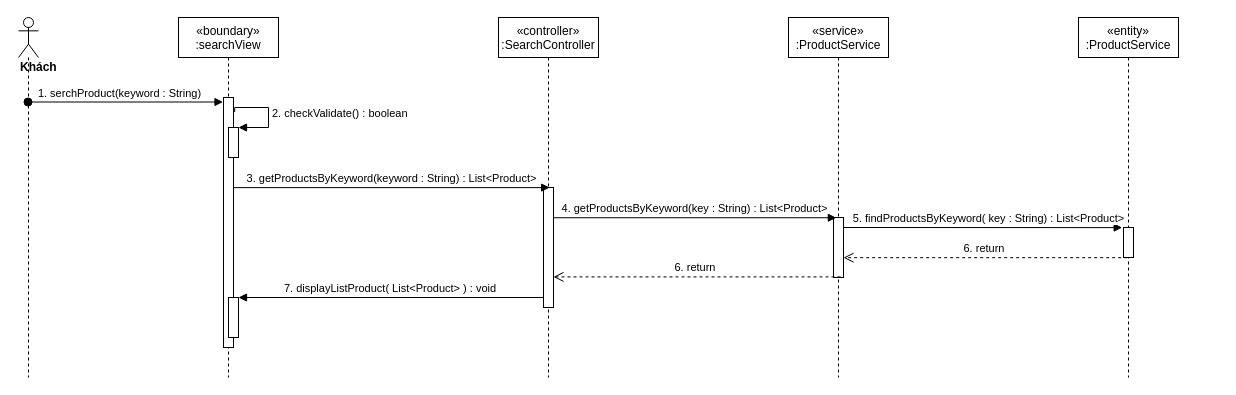
Above: sequence diagram/search-product-sequence.drawio in nguyenphamvan/datn_20202 (draw.io), before the change. Source tidied: cells renumbered, new cells numbered last; positions are measured from the earlier drawing's top-left corner, leaving out a move shared by most shapes. Both pictures are drawn from the tidied source at 100%, with x=0, y=0 at pixel (18, 17).
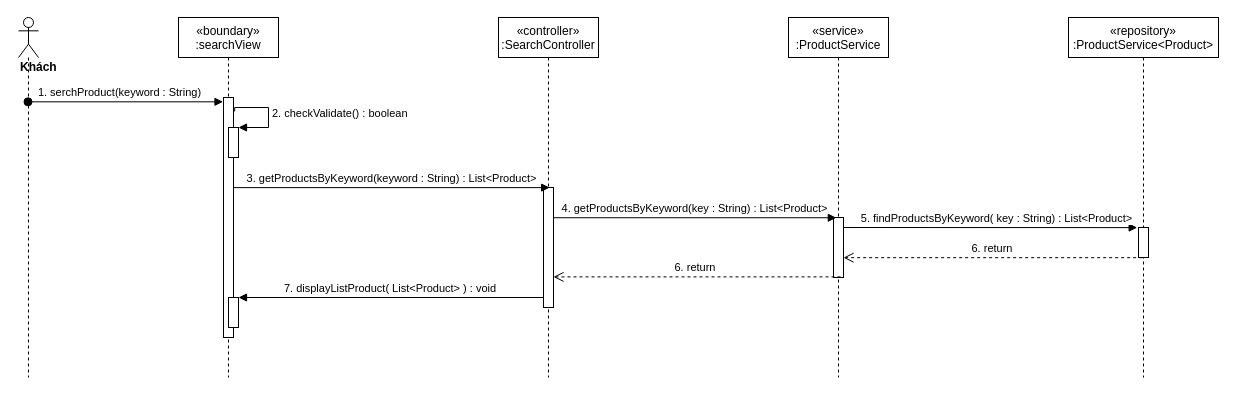
Above is the later version.

Unchanged cells that the change refers to:
```xml
<mxCell id="2" value="«boundary»&#10;:searchView" style="shape=umlLifeline;perimeter=lifelinePerimeter;rounded=0;shadow=0;strokeWidth=1;" parent="1" vertex="1">
  <mxGeometry x="160" width="100" height="360" as="geometry" />
</mxCell>
```

Change to the diagram source:
```diff
@@
     <mxCell id="3" style="points=[];perimeter=orthogonalPerimeter;rounded=0;shadow=0;strokeWidth=1;" parent="2" vertex="1">
-      <mxGeometry x="45" y="80" width="10" height="250" as="geometry" />
+      <mxGeometry x="45" y="80" width="10" height="240" as="geometry" />
     </mxCell>
@@
-    <mxCell id="14" value="«entity»&#10;:ProductService" style="shape=umlLifeline;perimeter=lifelinePerimeter;rounded=0;shadow=0;strokeWidth=1;" parent="1" vertex="1">
-      <mxGeometry x="1060" width="100" height="360" as="geometry" />
+    <mxCell id="14" value="«repository»&#10;:ProductService&lt;Product&gt;" style="shape=umlLifeline;perimeter=lifelinePerimeter;rounded=0;shadow=0;strokeWidth=1;" parent="1" vertex="1">
+      <mxGeometry x="1050" width="150" height="360" as="geometry" />
     </mxCell>
     <mxCell id="15" style="points=[];perimeter=orthogonalPerimeter;rounded=0;shadow=0;strokeWidth=1;" parent="14" vertex="1">
-      <mxGeometry x="45" y="210" width="10" height="30" as="geometry" />
+      <mxGeometry x="70" y="210" width="10" height="30" as="geometry" />
     </mxCell>
@@
     <mxCell id="20" style="html=1;points=[];perimeter=orthogonalPerimeter;" parent="1" vertex="1">
-      <mxGeometry x="210" y="280" width="10" height="40" as="geometry" />
+      <mxGeometry x="210" y="280" width="10" height="30" as="geometry" />
     </mxCell>
```
